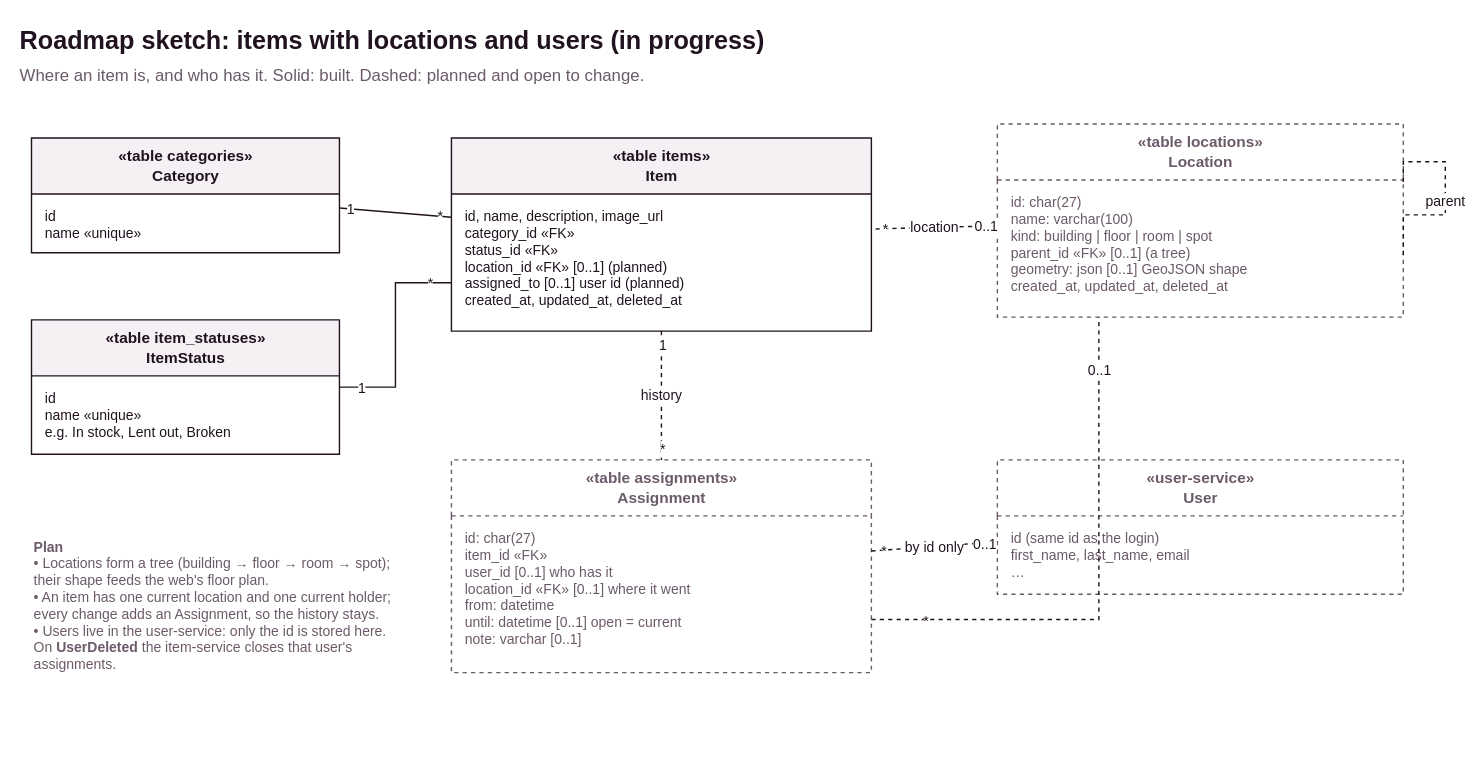
Before: services/item-service/docs/roadmap.svg, a diagram exported from draw.io (jochem11/inventory-manager). Source tidied: cells renumbered, new cells last; positions are measured from the earlier drawing's top-left corner, leaving out a move shared by most shapes. Its diagram source:
```xml
<mxGraphModel background="#ffffff">
  <root>
    <mxCell id="0" />
    <mxCell id="1" parent="0" />
    <mxCell id="2" value="«table categories»&lt;br&gt;&lt;b&gt;Category&lt;/b&gt;" style="swimlane;html=1;startSize=40;fillColor=#f5f0f4;strokeColor=#20131f;fontSize=11;fontColor=#20131f;horizontal=1;swimlaneFillColor=#ffffff;fontFamily=Helvetica;" parent="1" vertex="1">
      <mxGeometry x="10" y="86" width="220" height="82" as="geometry" />
    </mxCell>
    <mxCell id="3" value="«table item_statuses»&lt;br&gt;&lt;b&gt;ItemStatus&lt;/b&gt;" style="swimlane;html=1;startSize=40;fillColor=#f5f0f4;strokeColor=#20131f;fontSize=11;fontColor=#20131f;horizontal=1;swimlaneFillColor=#ffffff;fontFamily=Helvetica;" parent="1" vertex="1">
      <mxGeometry x="10" y="216" width="220" height="96" as="geometry" />
    </mxCell>
    <mxCell id="4" value="«table items»&lt;br&gt;&lt;b&gt;Item&lt;/b&gt;" style="swimlane;html=1;startSize=40;fillColor=#f5f0f4;strokeColor=#20131f;fontSize=11;fontColor=#20131f;horizontal=1;swimlaneFillColor=#ffffff;fontFamily=Helvetica;" parent="1" vertex="1">
      <mxGeometry x="310" y="86" width="300" height="138" as="geometry" />
    </mxCell>
    <mxCell id="5" value="«table locations»&lt;br&gt;&lt;b&gt;Location&lt;/b&gt;" style="swimlane;html=1;startSize=40;fillColor=#ffffff;strokeColor=#6b5a69;fontSize=11;fontColor=#6b5a69;horizontal=1;swimlaneFillColor=#ffffff;dashed=1;fontFamily=Helvetica;" parent="1" vertex="1">
      <mxGeometry x="700" y="76" width="290" height="138" as="geometry" />
    </mxCell>
    <mxCell id="6" value="«table assignments»&lt;br&gt;&lt;b&gt;Assignment&lt;/b&gt;" style="swimlane;html=1;startSize=40;fillColor=#ffffff;strokeColor=#6b5a69;fontSize=11;fontColor=#6b5a69;horizontal=1;swimlaneFillColor=#ffffff;dashed=1;fontFamily=Helvetica;" parent="1" vertex="1">
      <mxGeometry x="310" y="316" width="300" height="152" as="geometry" />
    </mxCell>
    <mxCell id="7" value="«user-service»&lt;br&gt;&lt;b&gt;User&lt;/b&gt;" style="swimlane;html=1;startSize=40;fillColor=#ffffff;strokeColor=#6b5a69;fontSize=11;fontColor=#6b5a69;horizontal=1;swimlaneFillColor=#ffffff;dashed=1;fontFamily=Helvetica;" parent="1" vertex="1">
      <mxGeometry x="700" y="316" width="290" height="96" as="geometry" />
    </mxCell>
    <mxCell id="8" value="id&lt;br&gt;name  «unique»" style="text;html=1;align=left;verticalAlign=top;spacingLeft=8;spacingTop=4;fontSize=10;fontColor=#20131f;whiteSpace=wrap;fontFamily=Helvetica;" parent="2" vertex="1">
      <mxGeometry y="40" width="220" height="42" as="geometry" />
    </mxCell>
    <mxCell id="9" value="id&lt;br&gt;name  «unique»&lt;br&gt;e.g. In stock, Lent out, Broken" style="text;html=1;align=left;verticalAlign=top;spacingLeft=8;spacingTop=4;fontSize=10;fontColor=#20131f;whiteSpace=wrap;fontFamily=Helvetica;" parent="3" vertex="1">
      <mxGeometry y="40" width="220" height="56" as="geometry" />
    </mxCell>
    <mxCell id="10" value="id, name, description, image_url&lt;br&gt;category_id  «FK»&lt;br&gt;status_id  «FK»&lt;br&gt;location_id  «FK»  [0..1]   (planned)&lt;br&gt;assigned_to  [0..1]  user id   (planned)&lt;br&gt;created_at, updated_at, deleted_at" style="text;html=1;align=left;verticalAlign=top;spacingLeft=8;spacingTop=4;fontSize=10;fontColor=#20131f;whiteSpace=wrap;fontFamily=Helvetica;" parent="4" vertex="1">
      <mxGeometry y="40" width="300" height="98" as="geometry" />
    </mxCell>
    <mxCell id="11" value="id: char(27)&lt;br&gt;name: varchar(100)&lt;br&gt;kind: building | floor | room | spot&lt;br&gt;parent_id  «FK»  [0..1]   (a tree)&lt;br&gt;geometry: json  [0..1]   GeoJSON shape&lt;br&gt;created_at, updated_at, deleted_at" style="text;html=1;align=left;verticalAlign=top;spacingLeft=8;spacingTop=4;fontSize=10;fontColor=#6b5a69;whiteSpace=wrap;fontFamily=Helvetica;" parent="5" vertex="1">
      <mxGeometry y="40" width="290" height="98" as="geometry" />
    </mxCell>
    <mxCell id="12" value="id: char(27)&lt;br&gt;item_id  «FK»&lt;br&gt;user_id  [0..1]   who has it&lt;br&gt;location_id  «FK»  [0..1]   where it went&lt;br&gt;from: datetime&lt;br&gt;until: datetime  [0..1]   open = current&lt;br&gt;note: varchar  [0..1]" style="text;html=1;align=left;verticalAlign=top;spacingLeft=8;spacingTop=4;fontSize=10;fontColor=#6b5a69;whiteSpace=wrap;fontFamily=Helvetica;" parent="6" vertex="1">
      <mxGeometry y="40" width="300" height="112" as="geometry" />
    </mxCell>
    <mxCell id="13" value="id  (same id as the login)&lt;br&gt;first_name, last_name, email&lt;br&gt;…" style="text;html=1;align=left;verticalAlign=top;spacingLeft=8;spacingTop=4;fontSize=10;fontColor=#6b5a69;whiteSpace=wrap;fontFamily=Helvetica;" parent="7" vertex="1">
      <mxGeometry y="40" width="290" height="56" as="geometry" />
    </mxCell>
    <mxCell id="14" style="html=1;rounded=0;endArrow=none;fontSize=10;strokeColor=#20131f;fontColor=#20131f;labelBackgroundColor=#ffffff;fontFamily=Helvetica;" parent="1" edge="1" source="2" target="4">
      <mxGeometry relative="1" as="geometry" />
    </mxCell>
    <mxCell id="15" style="html=1;rounded=0;endArrow=none;fontSize=10;strokeColor=#20131f;fontColor=#20131f;labelBackgroundColor=#ffffff;edgeStyle=orthogonalEdgeStyle;exitX=1;exitY=0.5;exitDx=0;exitDy=0;entryX=0;entryY=0.75;entryDx=0;entryDy=0;fontFamily=Helvetica;" parent="1" edge="1" source="3" target="4">
      <mxGeometry relative="1" as="geometry" />
    </mxCell>
    <mxCell id="16" value="location" style="html=1;rounded=0;endArrow=none;fontSize=10;strokeColor=#20131f;fontColor=#20131f;labelBackgroundColor=#ffffff;dashed=1;fontFamily=Helvetica;" parent="1" edge="1" source="5" target="4">
      <mxGeometry relative="1" as="geometry" />
    </mxCell>
    <mxCell id="17" value="parent" style="html=1;rounded=0;endArrow=none;fontSize=10;strokeColor=#20131f;fontColor=#20131f;labelBackgroundColor=#ffffff;edgeStyle=orthogonalEdgeStyle;dashed=1;exitX=1;exitY=0.3;exitDx=0;exitDy=0;entryX=1;entryY=0.7;entryDx=0;entryDy=0;fontFamily=Helvetica;" parent="1" edge="1" source="5" target="5">
      <mxGeometry relative="1" as="geometry">
        <Array as="points">
          <mxPoint x="1020" y="103" />
          <mxPoint x="1020" y="141" />
        </Array>
      </mxGeometry>
    </mxCell>
    <mxCell id="18" value="history" style="html=1;rounded=0;endArrow=none;fontSize=10;strokeColor=#20131f;fontColor=#20131f;labelBackgroundColor=#ffffff;dashed=1;fontFamily=Helvetica;" parent="1" edge="1" source="4" target="6">
      <mxGeometry relative="1" as="geometry" />
    </mxCell>
    <mxCell id="19" value="by id only" style="html=1;rounded=0;endArrow=none;fontSize=10;strokeColor=#20131f;fontColor=#20131f;labelBackgroundColor=#ffffff;dashed=1;fontFamily=Helvetica;" parent="1" edge="1" source="6" target="7">
      <mxGeometry relative="1" as="geometry" />
    </mxCell>
    <mxCell id="20" style="html=1;rounded=0;endArrow=none;fontSize=10;strokeColor=#20131f;fontColor=#20131f;labelBackgroundColor=#ffffff;edgeStyle=orthogonalEdgeStyle;dashed=1;exitX=1;exitY=0.75;exitDx=0;exitDy=0;entryX=0.25;entryY=1;entryDx=0;entryDy=0;fontFamily=Helvetica;" parent="1" edge="1" source="6" target="5">
      <mxGeometry relative="1" as="geometry" />
    </mxCell>
    <mxCell id="21" value="&lt;b&gt;Roadmap sketch: items with locations and users  (in progress)&lt;/b&gt;" style="text;html=1;whiteSpace=wrap;align=left;verticalAlign=top;fontSize=18;fontColor=#20131f;fontFamily=Helvetica;" parent="1" vertex="1">
      <mxGeometry width="685" height="26" as="geometry" />
    </mxCell>
    <mxCell id="22" value="Where an item is, and who has it. Solid: built. Dashed: planned and open to change." style="text;html=1;whiteSpace=wrap;align=left;verticalAlign=top;fontSize=12;fontColor=#6b5a69;fontFamily=Helvetica;" parent="1" vertex="1">
      <mxGeometry y="28" width="594" height="20" as="geometry" />
    </mxCell>
    <mxCell id="23" value="1" style="edgeLabel;html=1;align=center;verticalAlign=middle;fontSize=10;fontColor=#20131f;labelBackgroundColor=#ffffff;fontFamily=Helvetica;" parent="14" vertex="1">
      <mxGeometry x="-0.8" relative="1" as="geometry" />
    </mxCell>
    <mxCell id="24" value="*" style="edgeLabel;html=1;align=center;verticalAlign=middle;fontSize=10;fontColor=#20131f;labelBackgroundColor=#ffffff;fontFamily=Helvetica;" parent="14" vertex="1">
      <mxGeometry x="0.8" relative="1" as="geometry" />
    </mxCell>
    <mxCell id="25" value="1" style="edgeLabel;html=1;align=center;verticalAlign=middle;fontSize=10;fontColor=#20131f;labelBackgroundColor=#ffffff;fontFamily=Helvetica;" parent="15" vertex="1">
      <mxGeometry x="-0.8" relative="1" as="geometry" />
    </mxCell>
    <mxCell id="26" value="*" style="edgeLabel;html=1;align=center;verticalAlign=middle;fontSize=10;fontColor=#20131f;labelBackgroundColor=#ffffff;fontFamily=Helvetica;" parent="15" vertex="1">
      <mxGeometry x="0.8" relative="1" as="geometry" />
    </mxCell>
    <mxCell id="27" value="0..1" style="edgeLabel;html=1;align=center;verticalAlign=middle;fontSize=10;fontColor=#20131f;labelBackgroundColor=#ffffff;fontFamily=Helvetica;" parent="16" vertex="1">
      <mxGeometry x="-0.8" relative="1" as="geometry" />
    </mxCell>
    <mxCell id="28" value="*" style="edgeLabel;html=1;align=center;verticalAlign=middle;fontSize=10;fontColor=#20131f;labelBackgroundColor=#ffffff;fontFamily=Helvetica;" parent="16" vertex="1">
      <mxGeometry x="0.8" relative="1" as="geometry" />
    </mxCell>
    <mxCell id="29" value="1" style="edgeLabel;html=1;align=center;verticalAlign=middle;fontSize=10;fontColor=#20131f;labelBackgroundColor=#ffffff;fontFamily=Helvetica;" parent="18" vertex="1">
      <mxGeometry x="-0.8" relative="1" as="geometry" />
    </mxCell>
    <mxCell id="30" value="*" style="edgeLabel;html=1;align=center;verticalAlign=middle;fontSize=10;fontColor=#20131f;labelBackgroundColor=#ffffff;fontFamily=Helvetica;" parent="18" vertex="1">
      <mxGeometry x="0.8" relative="1" as="geometry" />
    </mxCell>
    <mxCell id="31" value="*" style="edgeLabel;html=1;align=center;verticalAlign=middle;fontSize=10;fontColor=#20131f;labelBackgroundColor=#ffffff;fontFamily=Helvetica;" parent="19" vertex="1">
      <mxGeometry x="-0.8" relative="1" as="geometry" />
    </mxCell>
    <mxCell id="32" value="0..1" style="edgeLabel;html=1;align=center;verticalAlign=middle;fontSize=10;fontColor=#20131f;labelBackgroundColor=#ffffff;fontFamily=Helvetica;" parent="19" vertex="1">
      <mxGeometry x="0.8" relative="1" as="geometry" />
    </mxCell>
    <mxCell id="33" value="*" style="edgeLabel;html=1;align=center;verticalAlign=middle;fontSize=10;fontColor=#20131f;labelBackgroundColor=#ffffff;fontFamily=Helvetica;" parent="20" vertex="1">
      <mxGeometry x="-0.8" relative="1" as="geometry" />
    </mxCell>
    <mxCell id="34" value="0..1" style="edgeLabel;html=1;align=center;verticalAlign=middle;fontSize=10;fontColor=#20131f;labelBackgroundColor=#ffffff;fontFamily=Helvetica;" parent="20" vertex="1">
      <mxGeometry x="0.8" relative="1" as="geometry" />
    </mxCell>
    <mxCell id="35" value="&lt;b&gt;Plan&lt;/b&gt;&lt;br&gt;• Locations form a tree (building → floor → room → spot); their shape feeds the web's floor plan.&lt;br&gt;• An item has one current location and one current holder; every change adds an Assignment, so the history stays.&lt;br&gt;• Users live in the user-service: only the id is stored here. On &lt;b&gt;UserDeleted&lt;/b&gt; the item-service closes that user's assignments." style="text;html=1;whiteSpace=wrap;align=left;verticalAlign=top;fontSize=10;fontColor=#6b5a69;fontFamily=Helvetica;" parent="1" vertex="1">
      <mxGeometry x="10" y="366" width="270" height="170" as="geometry" />
    </mxCell>
  </root>
</mxGraphModel>
```
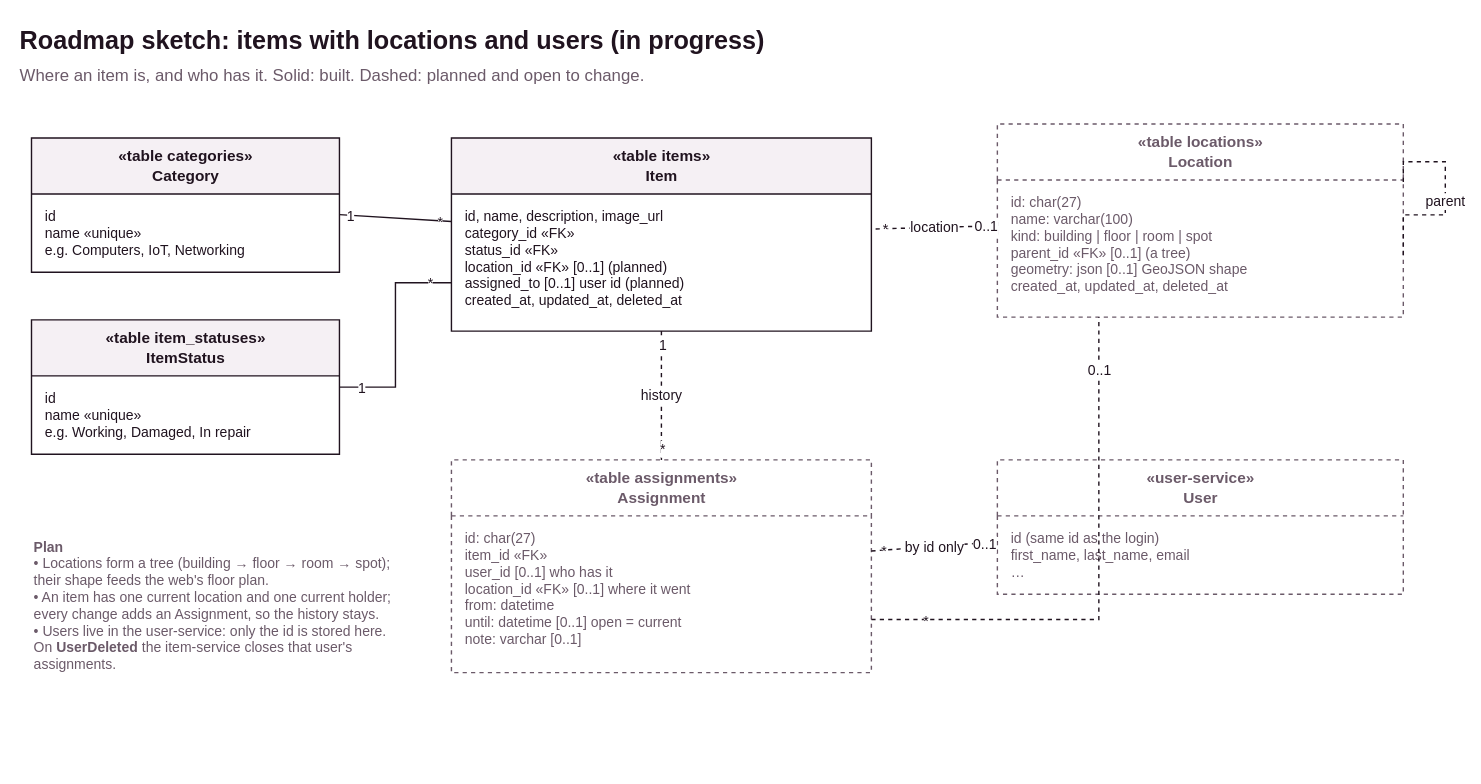
After the commit.

What changed in the source:
```diff
@@ -3,7 +3,7 @@
     <mxCell id="0" />
     <mxCell id="1" parent="0" />
     <mxCell id="2" value="«table categories»&lt;br&gt;&lt;b&gt;Category&lt;/b&gt;" style="swimlane;html=1;startSize=40;fillColor=#f5f0f4;strokeColor=#20131f;fontSize=11;fontColor=#20131f;horizontal=1;swimlaneFillColor=#ffffff;fontFamily=Helvetica;" parent="1" vertex="1">
-      <mxGeometry x="10" y="86" width="220" height="82" as="geometry" />
+      <mxGeometry x="10" y="86" width="220" height="96" as="geometry" />
     </mxCell>
     <mxCell id="3" value="«table item_statuses»&lt;br&gt;&lt;b&gt;ItemStatus&lt;/b&gt;" style="swimlane;html=1;startSize=40;fillColor=#f5f0f4;strokeColor=#20131f;fontSize=11;fontColor=#20131f;horizontal=1;swimlaneFillColor=#ffffff;fontFamily=Helvetica;" parent="1" vertex="1">
       <mxGeometry x="10" y="216" width="220" height="96" as="geometry" />
@@ -20,10 +20,10 @@
     <mxCell id="7" value="«user-service»&lt;br&gt;&lt;b&gt;User&lt;/b&gt;" style="swimlane;html=1;startSize=40;fillColor=#ffffff;strokeColor=#6b5a69;fontSize=11;fontColor=#6b5a69;horizontal=1;swimlaneFillColor=#ffffff;dashed=1;fontFamily=Helvetica;" parent="1" vertex="1">
       <mxGeometry x="700" y="316" width="290" height="96" as="geometry" />
     </mxCell>
-    <mxCell id="8" value="id&lt;br&gt;name  «unique»" style="text;html=1;align=left;verticalAlign=top;spacingLeft=8;spacingTop=4;fontSize=10;fontColor=#20131f;whiteSpace=wrap;fontFamily=Helvetica;" parent="2" vertex="1">
-      <mxGeometry y="40" width="220" height="42" as="geometry" />
+    <mxCell id="8" value="id&lt;br&gt;name  «unique»&lt;br&gt;e.g. Computers, IoT, Networking" style="text;html=1;align=left;verticalAlign=top;spacingLeft=8;spacingTop=4;fontSize=10;fontColor=#20131f;whiteSpace=wrap;fontFamily=Helvetica;" parent="2" vertex="1">
+      <mxGeometry y="40" width="220" height="56" as="geometry" />
     </mxCell>
-    <mxCell id="9" value="id&lt;br&gt;name  «unique»&lt;br&gt;e.g. In stock, Lent out, Broken" style="text;html=1;align=left;verticalAlign=top;spacingLeft=8;spacingTop=4;fontSize=10;fontColor=#20131f;whiteSpace=wrap;fontFamily=Helvetica;" parent="3" vertex="1">
+    <mxCell id="9" value="id&lt;br&gt;name  «unique»&lt;br&gt;e.g. Working, Damaged, In repair" style="text;html=1;align=left;verticalAlign=top;spacingLeft=8;spacingTop=4;fontSize=10;fontColor=#20131f;whiteSpace=wrap;fontFamily=Helvetica;" parent="3" vertex="1">
       <mxGeometry y="40" width="220" height="56" as="geometry" />
     </mxCell>
     <mxCell id="10" value="id, name, description, image_url&lt;br&gt;category_id  «FK»&lt;br&gt;status_id  «FK»&lt;br&gt;location_id  «FK»  [0..1]   (planned)&lt;br&gt;assigned_to  [0..1]  user id   (planned)&lt;br&gt;created_at, updated_at, deleted_at" style="text;html=1;align=left;verticalAlign=top;spacingLeft=8;spacingTop=4;fontSize=10;fontColor=#20131f;whiteSpace=wrap;fontFamily=Helvetica;" parent="4" vertex="1">
```
